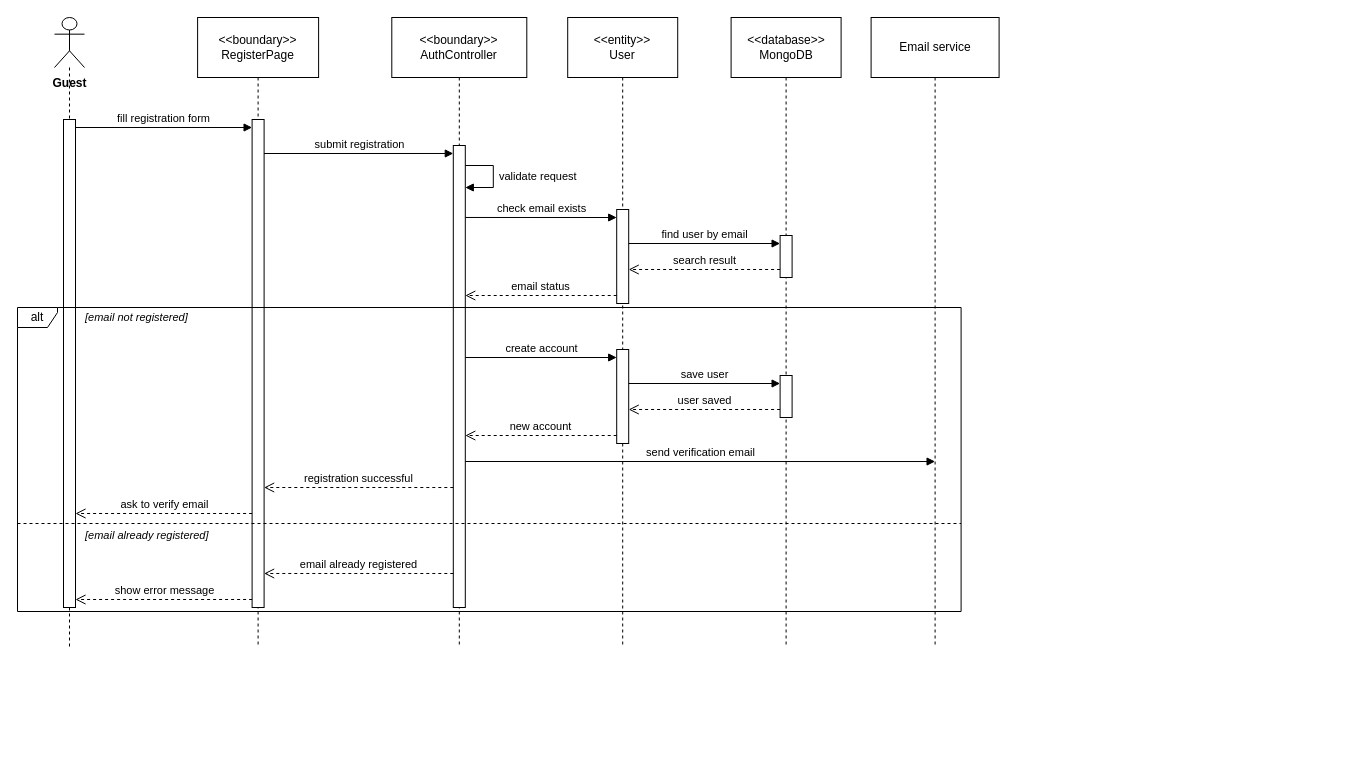
Before: final/diagrams/M2_Auth-And-Administration_Diagrams/sequence_diagrams/SD-06_UC-G16_RegisterAccount.drawio in toikobi401/SWD392, a draw.io diagram. Source tidied: cells renumbered, new cells numbered last; positions are measured from the earlier drawing's top-left corner, leaving out a move shared by most shapes. Both pictures are drawn from the tidied source at 100%, with x=0, y=0 at pixel (17, 17).
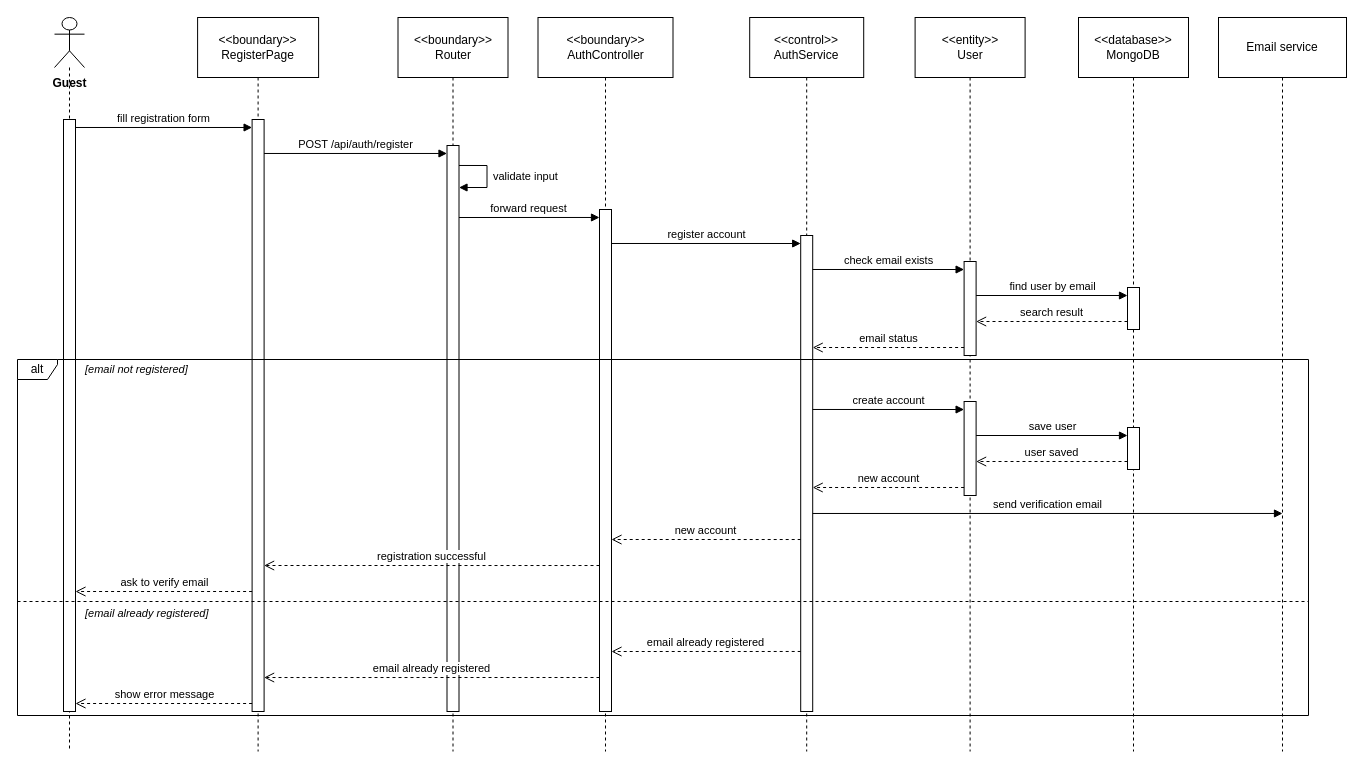
After the change.

What changed in the source:
```diff
@@
     <mxCell id="2" value="Guest" style="shape=umlLifeline;participant=umlActor;perimeter=lifelinePerimeter;whiteSpace=nowrap;html=1;verticalAlign=top;spacingTop=52;size=50;fontStyle=1;" parent="1" vertex="1">
-      <mxGeometry x="37" width="30" height="630" as="geometry" />
+      <mxGeometry x="37" width="30" height="734" as="geometry" />
     </mxCell>
     <mxCell id="3" value="&amp;lt;&amp;lt;boundary&amp;gt;&amp;gt;&lt;br&gt;RegisterPage" style="shape=umlLifeline;perimeter=lifelinePerimeter;whiteSpace=wrap;html=1;size=60;" parent="1" vertex="1">
-      <mxGeometry x="180.1" width="121" height="630" as="geometry" />
+      <mxGeometry x="180.1" width="121" height="734" as="geometry" />
     </mxCell>
+    <mxCell id="35" value="&amp;lt;&amp;lt;boundary&amp;gt;&amp;gt;&lt;br&gt;Router" style="shape=umlLifeline;perimeter=lifelinePerimeter;whiteSpace=wrap;html=1;size=60;" parent="1" vertex="1">
+      <mxGeometry x="380.5" width="110" height="734" as="geometry" />
+    </mxCell>
     <mxCell id="4" value="&amp;lt;&amp;lt;boundary&amp;gt;&amp;gt;&lt;br&gt;AuthController" style="shape=umlLifeline;perimeter=lifelinePerimeter;whiteSpace=wrap;html=1;size=60;" parent="1" vertex="1">
-      <mxGeometry x="374.3" width="135" height="630" as="geometry" />
+      <mxGeometry x="520.5" width="135" height="734" as="geometry" />
     </mxCell>
+    <mxCell id="36" value="&amp;lt;&amp;lt;control&amp;gt;&amp;gt;&lt;br&gt;AuthService" style="shape=umlLifeline;perimeter=lifelinePerimeter;whiteSpace=wrap;html=1;size=60;" parent="1" vertex="1">
+      <mxGeometry x="732.2" width="114" height="734" as="geometry" />
+    </mxCell>
     <mxCell id="5" value="&amp;lt;&amp;lt;entity&amp;gt;&amp;gt;&lt;br&gt;User" style="shape=umlLifeline;perimeter=lifelinePerimeter;whiteSpace=wrap;html=1;size=60;" parent="1" vertex="1">
-      <mxGeometry x="550.2" width="110" height="630" as="geometry" />
+      <mxGeometry x="897.6" width="110" height="734" as="geometry" />
     </mxCell>
     <mxCell id="6" value="&amp;lt;&amp;lt;database&amp;gt;&amp;gt;&lt;br&gt;MongoDB" style="shape=umlLifeline;perimeter=lifelinePerimeter;whiteSpace=wrap;html=1;size=60;" parent="1" vertex="1">
-      <mxGeometry x="713.6" width="110" height="630" as="geometry" />
+      <mxGeometry x="1061" width="110" height="734" as="geometry" />
     </mxCell>
     <mxCell id="7" value="Email service" style="shape=umlLifeline;perimeter=lifelinePerimeter;whiteSpace=wrap;html=1;outlineConnect=0;size=60;" parent="1" vertex="1">
-      <mxGeometry x="853.6" width="128" height="630" as="geometry" />
+      <mxGeometry x="1201" width="128" height="734" as="geometry" />
     </mxCell>
     <mxCell id="8" style="html=1;points=[];perimeter=orthogonalPerimeter;outlineConnect=0;targetShapes=umlLifeline;portConstraint=eastwest;" parent="6" vertex="1">
-      <mxGeometry x="49" y="218" width="12" height="42" as="geometry" />
+      <mxGeometry x="49" y="270" width="12" height="42" as="geometry" />
     </mxCell>
     <mxCell id="9" style="html=1;points=[];perimeter=orthogonalPerimeter;outlineConnect=0;targetShapes=umlLifeline;portConstraint=eastwest;" parent="5" vertex="1">
-      <mxGeometry x="49" y="192" width="12" height="94" as="geometry" />
+      <mxGeometry x="49" y="244" width="12" height="94" as="geometry" />
     </mxCell>
     <mxCell id="10" style="html=1;points=[];perimeter=orthogonalPerimeter;outlineConnect=0;targetShapes=umlLifeline;portConstraint=eastwest;" parent="6" vertex="1">
-      <mxGeometry x="49" y="358" width="12" height="42" as="geometry" />
+      <mxGeometry x="49" y="410" width="12" height="42" as="geometry" />
     </mxCell>
     <mxCell id="11" style="html=1;points=[];perimeter=orthogonalPerimeter;outlineConnect=0;targetShapes=umlLifeline;portConstraint=eastwest;" parent="5" vertex="1">
-      <mxGeometry x="49" y="332" width="12" height="94" as="geometry" />
+      <mxGeometry x="49" y="384" width="12" height="94" as="geometry" />
     </mxCell>
-    <mxCell id="12" style="html=1;points=[];perimeter=orthogonalPerimeter;outlineConnect=0;targetShapes=umlLifeline;portConstraint=eastwest;" parent="4" vertex="1">
-      <mxGeometry x="61.5" y="128" width="12" height="462" as="geometry" />
-    </mxCell>
-    <mxCell id="13" style="html=1;points=[];perimeter=orthogonalPerimeter;outlineConnect=0;targetShapes=umlLifeline;portConstraint=eastwest;" parent="3" vertex="1">
-      <mxGeometry x="54.5" y="102" width="12" height="488" as="geometry" />
-    </mxCell>
-    <mxCell id="14" style="html=1;points=[];perimeter=orthogonalPerimeter;outlineConnect=0;targetShapes=umlLifeline;portConstraint=eastwest;" parent="2" vertex="1">
-      <mxGeometry x="9" y="102" width="12" height="488" as="geometry" />
-    </mxCell>
+    <mxCell id="37" style="html=1;points=[];perimeter=orthogonalPerimeter;outlineConnect=0;targetShapes=umlLifeline;portConstraint=eastwest;" parent="36" vertex="1">
+      <mxGeometry x="51" y="218" width="12" height="476" as="geometry" />
+    </mxCell>
+    <mxCell id="38" style="html=1;points=[];perimeter=orthogonalPerimeter;outlineConnect=0;targetShapes=umlLifeline;portConstraint=eastwest;" parent="4" vertex="1">
+      <mxGeometry x="61.5" y="192" width="12" height="502" as="geometry" />
+    </mxCell>
+    <mxCell id="39" style="html=1;points=[];perimeter=orthogonalPerimeter;outlineConnect=0;targetShapes=umlLifeline;portConstraint=eastwest;" parent="35" vertex="1">
+      <mxGeometry x="49" y="128" width="12" height="566" as="geometry" />
+    </mxCell>
+    <mxCell id="40" style="html=1;points=[];perimeter=orthogonalPerimeter;outlineConnect=0;targetShapes=umlLifeline;portConstraint=eastwest;" parent="3" vertex="1">
+      <mxGeometry x="54.5" y="102" width="12" height="592" as="geometry" />
+    </mxCell>
+    <mxCell id="41" style="html=1;points=[];perimeter=orthogonalPerimeter;outlineConnect=0;targetShapes=umlLifeline;portConstraint=eastwest;" parent="2" vertex="1">
+      <mxGeometry x="9" y="102" width="12" height="592" as="geometry" />
+    </mxCell>
     <mxCell id="15" value="alt" style="shape=umlFrame;whiteSpace=wrap;html=1;width=40;height=20;" parent="1" vertex="1">
-      <mxGeometry y="290" width="943.6" height="304" as="geometry" />
+      <mxGeometry y="342" width="1291" height="356" as="geometry" />
     </mxCell>
     <mxCell id="16" style="endArrow=none;dashed=1;html=1;rounded=0;" parent="1" edge="1">
       <mxGeometry relative="1" as="geometry">
-        <mxPoint y="506" as="sourcePoint" />
-        <mxPoint x="943.6" y="506" as="targetPoint" />
+        <mxPoint y="584" as="sourcePoint" />
+        <mxPoint x="1291" y="584" as="targetPoint" />
       </mxGeometry>
     </mxCell>
     <mxCell id="17" value="[email not registered]" style="text;html=1;align=left;verticalAlign=middle;whiteSpace=nowrap;fontSize=11;fontStyle=2;labelBackgroundColor=#ffffff;" parent="1" vertex="1">
-      <mxGeometry x="66" y="290" width="138" height="20" as="geometry" />
+      <mxGeometry x="66" y="342" width="138" height="20" as="geometry" />
     </mxCell>
     <mxCell id="18" value="[email already registered]" style="text;html=1;align=left;verticalAlign=middle;whiteSpace=nowrap;fontSize=11;fontStyle=2;labelBackgroundColor=#ffffff;" parent="1" vertex="1">
-      <mxGeometry x="66" y="508" width="163.2" height="20" as="geometry" />
+      <mxGeometry x="66" y="586" width="163.2" height="20" as="geometry" />
     </mxCell>
-    <mxCell id="19" value="fill registration form" style="html=1;verticalAlign=bottom;rounded=0;fontSize=11;endArrow=block;endFill=1;exitX=1;exitY=0.0164;exitDx=0;exitDy=0;exitPerimeter=0;entryX=0;entryY=0.0164;entryDx=0;entryDy=0;entryPerimeter=0;" parent="1" edge="1" source="14" target="13">
+    <mxCell id="19" value="fill registration form" style="html=1;verticalAlign=bottom;rounded=0;fontSize=11;endArrow=block;endFill=1;exitX=1;exitY=0.0135;exitDx=0;exitDy=0;exitPerimeter=0;entryX=0;entryY=0.0135;entryDx=0;entryDy=0;entryPerimeter=0;" parent="1" edge="1" source="41" target="40">
       <mxGeometry relative="1" as="geometry" />
     </mxCell>
-    <mxCell id="20" value="submit registration" style="html=1;verticalAlign=bottom;rounded=0;fontSize=11;endArrow=block;endFill=1;exitX=1;exitY=0.0697;exitDx=0;exitDy=0;exitPerimeter=0;entryX=0;entryY=0.0173;entryDx=0;entryDy=0;entryPerimeter=0;" parent="1" edge="1" source="13" target="12">
+    <mxCell id="20" value="POST /api/auth/register" style="html=1;verticalAlign=bottom;rounded=0;fontSize=11;endArrow=block;endFill=1;exitX=1;exitY=0.0574;exitDx=0;exitDy=0;exitPerimeter=0;entryX=0;entryY=0.0141;entryDx=0;entryDy=0;entryPerimeter=0;" parent="1" edge="1" source="40" target="39">
       <mxGeometry relative="1" as="geometry" />
     </mxCell>
-    <mxCell id="21" value="validate request" style="html=1;align=left;spacingLeft=4;verticalAlign=middle;endArrow=block;endFill=1;rounded=0;fontSize=11;exitX=1;exitY=0.0433;exitDx=0;exitDy=0;exitPerimeter=0;entryX=1;entryY=0.0909;entryDx=0;entryDy=0;entryPerimeter=0;" parent="1" edge="1" source="12" target="12">
+    <mxCell id="21" value="validate input" style="html=1;align=left;spacingLeft=4;verticalAlign=middle;endArrow=block;endFill=1;rounded=0;fontSize=11;exitX=1;exitY=0.0353;exitDx=0;exitDy=0;exitPerimeter=0;entryX=1;entryY=0.0742;entryDx=0;entryDy=0;entryPerimeter=0;" parent="1" edge="1" source="39" target="39">
       <mxGeometry relative="1" as="geometry">
         <Array as="points">
-          <mxPoint x="475.8" y="148" />
-          <mxPoint x="475.8" y="170" />
+          <mxPoint x="469.5" y="148" />
+          <mxPoint x="469.5" y="170" />
         </Array>
       </mxGeometry>
     </mxCell>
-    <mxCell id="22" value="check email exists" style="html=1;verticalAlign=bottom;rounded=0;fontSize=11;endArrow=block;endFill=1;exitX=1;exitY=0.1558;exitDx=0;exitDy=0;exitPerimeter=0;entryX=0;entryY=0.0851;entryDx=0;entryDy=0;entryPerimeter=0;" parent="1" edge="1" source="12" target="9">
+    <mxCell id="22" value="forward request" style="html=1;verticalAlign=bottom;rounded=0;fontSize=11;endArrow=block;endFill=1;exitX=1;exitY=0.1272;exitDx=0;exitDy=0;exitPerimeter=0;entryX=0;entryY=0.0159;entryDx=0;entryDy=0;entryPerimeter=0;" parent="1" edge="1" source="39" target="38">
       <mxGeometry relative="1" as="geometry" />
     </mxCell>
-    <mxCell id="23" value="find user by email" style="html=1;verticalAlign=bottom;rounded=0;fontSize=11;endArrow=block;endFill=1;exitX=1;exitY=0.3617;exitDx=0;exitDy=0;exitPerimeter=0;entryX=0;entryY=0.1905;entryDx=0;entryDy=0;entryPerimeter=0;" parent="1" edge="1" source="9" target="8">
+    <mxCell id="23" value="register account" style="html=1;verticalAlign=bottom;rounded=0;fontSize=11;endArrow=block;endFill=1;exitX=1;exitY=0.0677;exitDx=0;exitDy=0;exitPerimeter=0;entryX=0;entryY=0.0168;entryDx=0;entryDy=0;entryPerimeter=0;" parent="1" edge="1" source="38" target="37">
       <mxGeometry relative="1" as="geometry" />
     </mxCell>
-    <mxCell id="24" value="search result" style="html=1;verticalAlign=bottom;rounded=0;fontSize=11;dashed=1;endArrow=open;endSize=8;exitX=0;exitY=0.8095;exitDx=0;exitDy=0;exitPerimeter=0;entryX=1;entryY=0.6383;entryDx=0;entryDy=0;entryPerimeter=0;" parent="1" edge="1" source="8" target="9">
+    <mxCell id="24" value="check email exists" style="html=1;verticalAlign=bottom;rounded=0;fontSize=11;endArrow=block;endFill=1;exitX=1;exitY=0.0714;exitDx=0;exitDy=0;exitPerimeter=0;entryX=0;entryY=0.0851;entryDx=0;entryDy=0;entryPerimeter=0;" parent="1" edge="1" source="37" target="9">
       <mxGeometry relative="1" as="geometry" />
     </mxCell>
-    <mxCell id="25" value="email status" style="html=1;verticalAlign=bottom;rounded=0;fontSize=11;dashed=1;endArrow=open;endSize=8;exitX=0;exitY=0.9149;exitDx=0;exitDy=0;exitPerimeter=0;entryX=1;entryY=0.3247;entryDx=0;entryDy=0;entryPerimeter=0;" parent="1" edge="1" source="9" target="12">
+    <mxCell id="25" value="find user by email" style="html=1;verticalAlign=bottom;rounded=0;fontSize=11;endArrow=block;endFill=1;exitX=1;exitY=0.3617;exitDx=0;exitDy=0;exitPerimeter=0;entryX=0;entryY=0.1905;entryDx=0;entryDy=0;entryPerimeter=0;" parent="1" edge="1" source="9" target="8">
       <mxGeometry relative="1" as="geometry" />
     </mxCell>
-    <mxCell id="26" value="create account" style="html=1;verticalAlign=bottom;rounded=0;fontSize=11;endArrow=block;endFill=1;exitX=1;exitY=0.4589;exitDx=0;exitDy=0;exitPerimeter=0;entryX=0;entryY=0.0851;entryDx=0;entryDy=0;entryPerimeter=0;" parent="1" edge="1" source="12" target="11">
+    <mxCell id="26" value="search result" style="html=1;verticalAlign=bottom;rounded=0;fontSize=11;dashed=1;endArrow=open;endSize=8;exitX=0;exitY=0.8095;exitDx=0;exitDy=0;exitPerimeter=0;entryX=1;entryY=0.6383;entryDx=0;entryDy=0;entryPerimeter=0;" parent="1" edge="1" source="8" target="9">
       <mxGeometry relative="1" as="geometry" />
     </mxCell>
-    <mxCell id="27" value="save user" style="html=1;verticalAlign=bottom;rounded=0;fontSize=11;endArrow=block;endFill=1;exitX=1;exitY=0.3617;exitDx=0;exitDy=0;exitPerimeter=0;entryX=0;entryY=0.1905;entryDx=0;entryDy=0;entryPerimeter=0;" parent="1" edge="1" source="11" target="10">
+    <mxCell id="27" value="email status" style="html=1;verticalAlign=bottom;rounded=0;fontSize=11;dashed=1;endArrow=open;endSize=8;exitX=0;exitY=0.9149;exitDx=0;exitDy=0;exitPerimeter=0;entryX=1;entryY=0.2353;entryDx=0;entryDy=0;entryPerimeter=0;" parent="1" edge="1" source="9" target="37">
       <mxGeometry relative="1" as="geometry" />
     </mxCell>
-    <mxCell id="28" value="user saved" style="html=1;verticalAlign=bottom;rounded=0;fontSize=11;dashed=1;endArrow=open;endSize=8;exitX=0;exitY=0.8095;exitDx=0;exitDy=0;exitPerimeter=0;entryX=1;entryY=0.6383;entryDx=0;entryDy=0;entryPerimeter=0;" parent="1" edge="1" source="10" target="11">
+    <mxCell id="28" value="create account" style="html=1;verticalAlign=bottom;rounded=0;fontSize=11;endArrow=block;endFill=1;exitX=1;exitY=0.3655;exitDx=0;exitDy=0;exitPerimeter=0;entryX=0;entryY=0.0851;entryDx=0;entryDy=0;entryPerimeter=0;" parent="1" edge="1" source="37" target="11">
       <mxGeometry relative="1" as="geometry" />
     </mxCell>
-    <mxCell id="29" value="new account" style="html=1;verticalAlign=bottom;rounded=0;fontSize=11;dashed=1;endArrow=open;endSize=8;exitX=0;exitY=0.9149;exitDx=0;exitDy=0;exitPerimeter=0;entryX=1;entryY=0.6277;entryDx=0;entryDy=0;entryPerimeter=0;" parent="1" edge="1" source="11" target="12">
+    <mxCell id="29" value="save user" style="html=1;verticalAlign=bottom;rounded=0;fontSize=11;endArrow=block;endFill=1;exitX=1;exitY=0.3617;exitDx=0;exitDy=0;exitPerimeter=0;entryX=0;entryY=0.1905;entryDx=0;entryDy=0;entryPerimeter=0;" parent="1" edge="1" source="11" target="10">
       <mxGeometry relative="1" as="geometry" />
     </mxCell>
-    <mxCell id="30" value="send verification email" style="html=1;verticalAlign=bottom;rounded=0;fontSize=11;endArrow=block;endFill=1;exitX=1;exitY=0.684;exitDx=0;exitDy=0;exitPerimeter=0;entryX=0.5;entryY=0.7048;entryDx=0;entryDy=0;entryPerimeter=0;" parent="1" edge="1" source="12" target="7">
+    <mxCell id="30" value="user saved" style="html=1;verticalAlign=bottom;rounded=0;fontSize=11;dashed=1;endArrow=open;endSize=8;exitX=0;exitY=0.8095;exitDx=0;exitDy=0;exitPerimeter=0;entryX=1;entryY=0.6383;entryDx=0;entryDy=0;entryPerimeter=0;" parent="1" edge="1" source="10" target="11">
       <mxGeometry relative="1" as="geometry" />
     </mxCell>
-    <mxCell id="31" value="registration successful" style="html=1;verticalAlign=bottom;rounded=0;fontSize=11;dashed=1;endArrow=open;endSize=8;exitX=0;exitY=0.7403;exitDx=0;exitDy=0;exitPerimeter=0;entryX=1;entryY=0.7541;entryDx=0;entryDy=0;entryPerimeter=0;" parent="1" edge="1" source="12" target="13">
+    <mxCell id="31" value="new account" style="html=1;verticalAlign=bottom;rounded=0;fontSize=11;dashed=1;endArrow=open;endSize=8;exitX=0;exitY=0.9149;exitDx=0;exitDy=0;exitPerimeter=0;entryX=1;entryY=0.5294;entryDx=0;entryDy=0;entryPerimeter=0;" parent="1" edge="1" source="11" target="37">
       <mxGeometry relative="1" as="geometry" />
     </mxCell>
-    <mxCell id="32" value="ask to verify email" style="html=1;verticalAlign=bottom;rounded=0;fontSize=11;dashed=1;endArrow=open;endSize=8;exitX=0;exitY=0.8074;exitDx=0;exitDy=0;exitPerimeter=0;entryX=1;entryY=0.8074;entryDx=0;entryDy=0;entryPerimeter=0;" parent="1" edge="1" source="13" target="14">
+    <mxCell id="32" value="send verification email" style="html=1;verticalAlign=bottom;rounded=0;fontSize=11;endArrow=block;endFill=1;exitX=1;exitY=0.584;exitDx=0;exitDy=0;exitPerimeter=0;entryX=0.5;entryY=0.6757;entryDx=0;entryDy=0;entryPerimeter=0;" parent="1" edge="1" source="37" target="7">
       <mxGeometry relative="1" as="geometry" />
     </mxCell>
-    <mxCell id="33" value="email already registered" style="html=1;verticalAlign=bottom;rounded=0;fontSize=11;dashed=1;endArrow=open;endSize=8;exitX=0;exitY=0.9264;exitDx=0;exitDy=0;exitPerimeter=0;entryX=1;entryY=0.9303;entryDx=0;entryDy=0;entryPerimeter=0;" parent="1" edge="1" source="12" target="13">
+    <mxCell id="33" value="new account" style="html=1;verticalAlign=bottom;rounded=0;fontSize=11;dashed=1;endArrow=open;endSize=8;exitX=0;exitY=0.6387;exitDx=0;exitDy=0;exitPerimeter=0;entryX=1;entryY=0.6574;entryDx=0;entryDy=0;entryPerimeter=0;" parent="1" edge="1" source="37" target="38">
       <mxGeometry relative="1" as="geometry" />
     </mxCell>
-    <mxCell id="34" value="show error message" style="html=1;verticalAlign=bottom;rounded=0;fontSize=11;dashed=1;endArrow=open;endSize=8;exitX=0;exitY=0.9836;exitDx=0;exitDy=0;exitPerimeter=0;entryX=1;entryY=0.9836;entryDx=0;entryDy=0;entryPerimeter=0;" parent="1" edge="1" source="13" target="14">
+    <mxCell id="34" value="registration successful" style="html=1;verticalAlign=bottom;rounded=0;fontSize=11;dashed=1;endArrow=open;endSize=8;exitX=0;exitY=0.7092;exitDx=0;exitDy=0;exitPerimeter=0;entryX=1;entryY=0.7534;entryDx=0;entryDy=0;entryPerimeter=0;" parent="1" edge="1" source="38" target="40">
       <mxGeometry relative="1" as="geometry" />
     </mxCell>
+    <mxCell id="42" value="ask to verify email" style="html=1;verticalAlign=bottom;rounded=0;fontSize=11;dashed=1;endArrow=open;endSize=8;exitX=0;exitY=0.7973;exitDx=0;exitDy=0;exitPerimeter=0;entryX=1;entryY=0.7973;entryDx=0;entryDy=0;entryPerimeter=0;" parent="1" edge="1" source="40" target="41">
+      <mxGeometry relative="1" as="geometry" />
+    </mxCell>
+    <mxCell id="43" value="email already registered" style="html=1;verticalAlign=bottom;rounded=0;fontSize=11;dashed=1;endArrow=open;endSize=8;exitX=0;exitY=0.8739;exitDx=0;exitDy=0;exitPerimeter=0;entryX=1;entryY=0.8805;entryDx=0;entryDy=0;entryPerimeter=0;" parent="1" edge="1" source="37" target="38">
+      <mxGeometry relative="1" as="geometry" />
+    </mxCell>
+    <mxCell id="44" value="email already registered" style="html=1;verticalAlign=bottom;rounded=0;fontSize=11;dashed=1;endArrow=open;endSize=8;exitX=0;exitY=0.9323;exitDx=0;exitDy=0;exitPerimeter=0;entryX=1;entryY=0.9426;entryDx=0;entryDy=0;entryPerimeter=0;" parent="1" edge="1" source="38" target="40">
+      <mxGeometry relative="1" as="geometry" />
+    </mxCell>
+    <mxCell id="45" value="show error message" style="html=1;verticalAlign=bottom;rounded=0;fontSize=11;dashed=1;endArrow=open;endSize=8;exitX=0;exitY=0.9865;exitDx=0;exitDy=0;exitPerimeter=0;entryX=1;entryY=0.9865;entryDx=0;entryDy=0;entryPerimeter=0;" parent="1" edge="1" source="40" target="41">
+      <mxGeometry relative="1" as="geometry" />
+    </mxCell>
```
